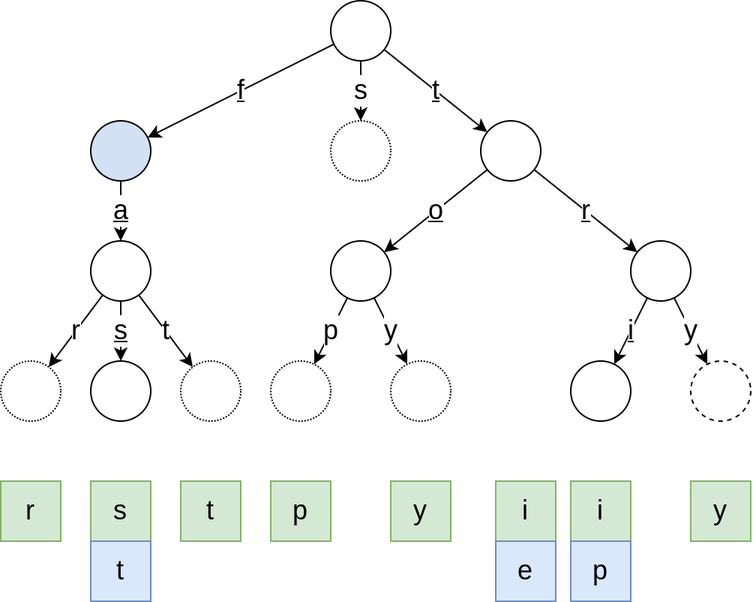
This is presentation/resources/initializing_surf_4.png from Lavode/63112-data-management-data-structures, a draw.io export, as it was before one commit. Source tidied: cells renumbered, new cells last; positions are measured from the earlier drawing's top-left corner, leaving out a move shared by most shapes.
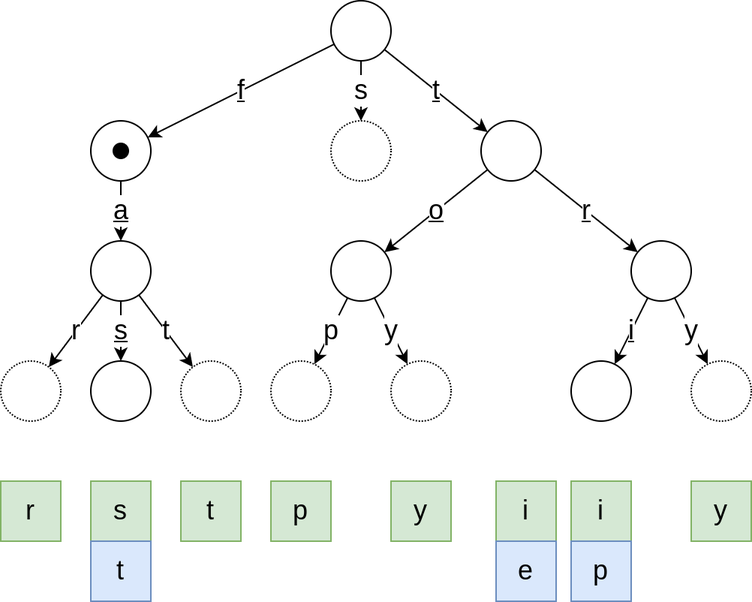
After the change.

Change to the diagram source:
```diff
@@ -53,7 +53,7 @@
     <mxCell id="18" value="&lt;u&gt;a&lt;/u&gt;" style="edgeStyle=none;rounded=0;jettySize=auto;html=1;fontSize=18;" parent="1" edge="1" source="19" target="26">
       <mxGeometry relative="1" as="geometry" />
     </mxCell>
-    <mxCell id="19" style="ellipse;whiteSpace=wrap;html=1;labelBackgroundColor=default;fillColor=#D4E1F5;" parent="1" vertex="1">
+    <mxCell id="19" style="ellipse;whiteSpace=wrap;html=1;labelBackgroundColor=default;fillColor=none;strokeWidth=1;" parent="1" vertex="1">
       <mxGeometry x="60" y="80" width="40" height="40" as="geometry" />
     </mxCell>
     <mxCell id="20" value="o" style="edgeStyle=none;rounded=0;jettySize=auto;html=1;fontSize=18;fontStyle=4;" parent="1" edge="1" source="22" target="29">
@@ -113,8 +113,11 @@
     <mxCell id="38" style="ellipse;whiteSpace=wrap;html=1;labelBackgroundColor=default;" parent="1" vertex="1">
       <mxGeometry x="380" y="240" width="40" height="40" as="geometry" />
     </mxCell>
-    <mxCell id="39" style="ellipse;whiteSpace=wrap;html=1;labelBackgroundColor=default;dashed=1;" parent="1" vertex="1">
+    <mxCell id="39" style="ellipse;whiteSpace=wrap;html=1;labelBackgroundColor=default;dashed=1;dashPattern=1 1;" parent="1" vertex="1">
       <mxGeometry x="460" y="240" width="40" height="40" as="geometry" />
     </mxCell>
+    <mxCell id="40" style="ellipse;whiteSpace=wrap;html=1;shadow=0;labelBackgroundColor=none;sketch=0;fontSize=28;strokeColor=#000000;strokeWidth=1;fillColor=#000000;align=left;verticalAlign=top;" parent="1" vertex="1">
+      <mxGeometry x="75" y="95" width="10" height="10" as="geometry" />
+    </mxCell>
   </root>
 </mxGraphModel>
```
